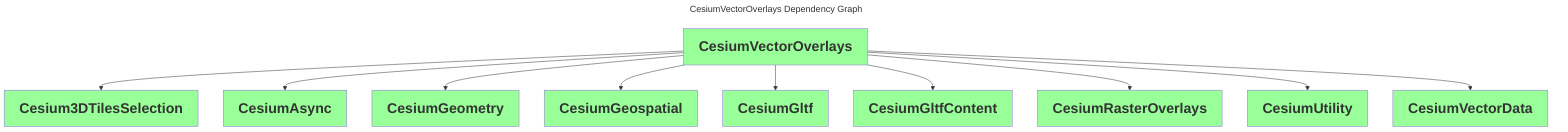
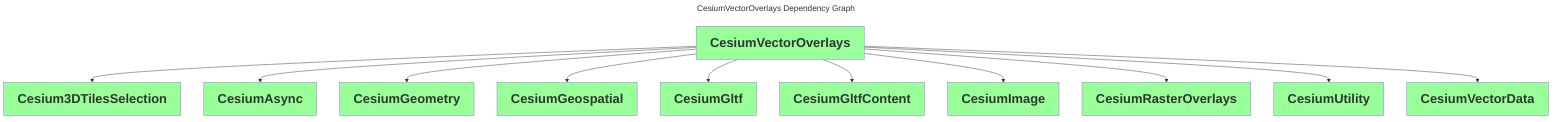
---
comment: This file was generated by dep-graph-gen. DO NOT EDIT THIS FILE!

title: CesiumVectorOverlays Dependency Graph
---
graph TD
  classDef dependencyNode fill:#fff,stroke:#ccc,color:#666,font-weight:bold,font-size:28px
  classDef libraryNode fill:#9f9,font-weight:bold,font-size:28px
  CesiumVectorOverlays[CesiumVectorOverlays] --> Cesium3DTilesSelection[Cesium3DTilesSelection]
  CesiumVectorOverlays[CesiumVectorOverlays] --> CesiumAsync[CesiumAsync]
  CesiumVectorOverlays[CesiumVectorOverlays] --> CesiumGeometry[CesiumGeometry]
  CesiumVectorOverlays[CesiumVectorOverlays] --> CesiumGeospatial[CesiumGeospatial]
  CesiumVectorOverlays[CesiumVectorOverlays] --> CesiumGltf[CesiumGltf]
  CesiumVectorOverlays[CesiumVectorOverlays] --> CesiumGltfContent[CesiumGltfContent]
+   CesiumVectorOverlays[CesiumVectorOverlays] --> CesiumImage[CesiumImage]
  CesiumVectorOverlays[CesiumVectorOverlays] --> CesiumRasterOverlays[CesiumRasterOverlays]
  CesiumVectorOverlays[CesiumVectorOverlays] --> CesiumUtility[CesiumUtility]
  CesiumVectorOverlays[CesiumVectorOverlays] --> CesiumVectorData[CesiumVectorData]
-   class Cesium3DTilesSelection,CesiumAsync,CesiumGeometry,CesiumGeospatial,CesiumGltf,CesiumGltfContent,CesiumRasterOverlays,CesiumUtility,CesiumVectorData,CesiumVectorOverlays libraryNode
+   class Cesium3DTilesSelection,CesiumAsync,CesiumGeometry,CesiumGeospatial,CesiumGltf,CesiumGltfContent,CesiumImage,CesiumRasterOverlays,CesiumUtility,CesiumVectorData,CesiumVectorOverlays libraryNode
